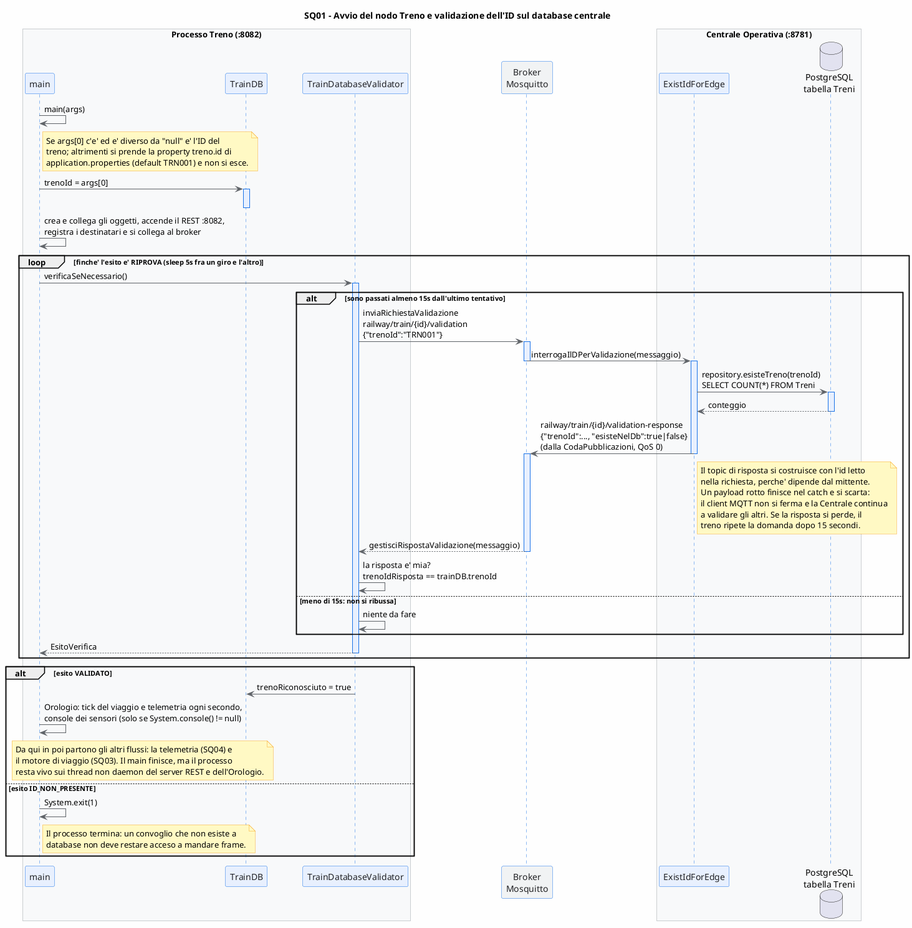
Before: doc/documentazioneFinale/immaginiDocumentazioneDelSistemaMonitoraggioEGestioneDelTrafficoFerroviario/sq_01_validazione_id_treno.png, a diagram exported from PlantUML (mar-robba/PISSIR).
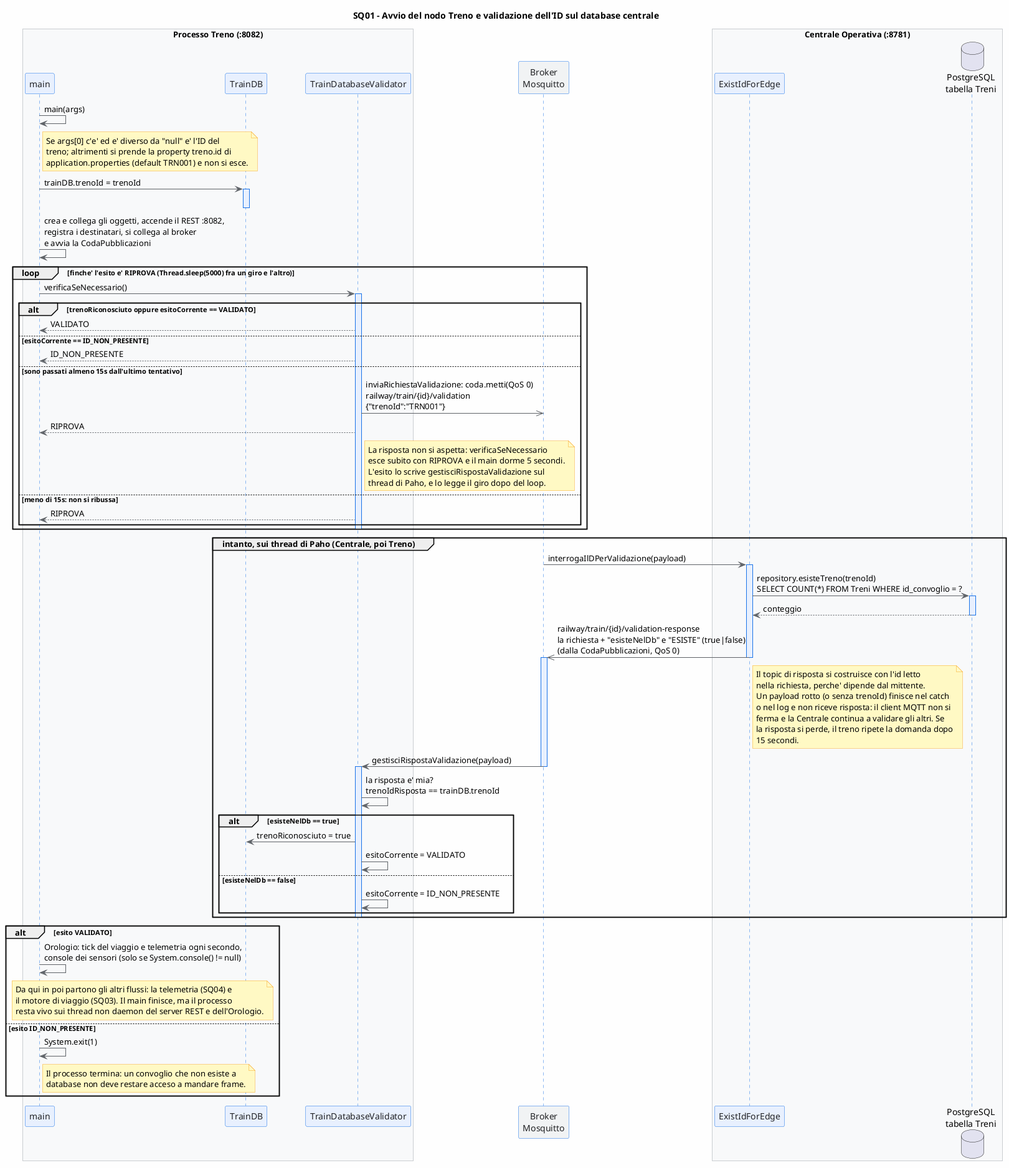
The same diagram one commit later.

Change to the diagram source:
```diff
@@ -38,50 +38,68 @@
   treno; altrimenti si prende la property treno.id di
   application.properties (default TRN001) e non si esce.
 end note
-MAIN -> DB : trenoId = args[0]
+MAIN -> DB : trainDB.trenoId = trenoId
 activate DB
 deactivate DB
 
-MAIN -> MAIN : crea e collega gli oggetti, accende il REST :8082,\nregistra i destinatari e si collega al broker
+MAIN -> MAIN : crea e collega gli oggetti, accende il REST :8082,\nregistra i destinatari, si collega al broker\ne avvia la CodaPubblicazioni
 
-loop finche' l'esito e' RIPROVA (sleep 5s fra un giro e l'altro)
+loop finche' l'esito e' RIPROVA (Thread.sleep(5000) fra un giro e l'altro)
     MAIN -> VAL : verificaSeNecessario()
     activate VAL
 
-    alt sono passati almeno 15s dall'ultimo tentativo
-        VAL -> BROKER : inviaRichiestaValidazione\nrailway/train/{id}/validation\n{"trenoId":"TRN001"}
-        activate BROKER
-        BROKER -> EXIST : interrogaIlDPerValidazione(messaggio)
-        deactivate BROKER
-        activate EXIST
-        EXIST -> PG : repository.esisteTreno(trenoId)\nSELECT COUNT(*) FROM Treni
-        activate PG
-        PG --> EXIST : conteggio
-        deactivate PG
-        EXIST -> BROKER : railway/train/{id}/validation-response\n{"trenoId":..., "esisteNelDb":true|false}\n(dalla CodaPubblicazioni, QoS 0)
-        note right of EXIST
-          Il topic di risposta si costruisce con l'id letto
-          nella richiesta, perche' dipende dal mittente.
-          Un payload rotto finisce nel catch e si scarta:
-          il client MQTT non si ferma e la Centrale continua
-          a validare gli altri. Se la risposta si perde, il
-          treno ripete la domanda dopo 15 secondi.
+    alt trenoRiconosciuto oppure esitoCorrente == VALIDATO
+        VAL --> MAIN : VALIDATO
+    else esitoCorrente == ID_NON_PRESENTE
+        VAL --> MAIN : ID_NON_PRESENTE
+    else sono passati almeno 15s dall'ultimo tentativo
+        VAL ->> BROKER : inviaRichiestaValidazione: coda.metti(QoS 0)\nrailway/train/{id}/validation\n{"trenoId":"TRN001"}
+        VAL --> MAIN : RIPROVA
+        note right of VAL
+          La risposta non si aspetta: verificaSeNecessario
+          esce subito con RIPROVA e il main dorme 5 secondi.
+          L'esito lo scrive gestisciRispostaValidazione sul
+          thread di Paho, e lo legge il giro dopo del loop.
         end note
-        deactivate EXIST
-        activate BROKER
-        BROKER --> VAL : gestisciRispostaValidazione(messaggio)
-        deactivate BROKER
-        VAL -> VAL : la risposta e' mia?\ntrenoIdRisposta == trainDB.trenoId
     else meno di 15s: non si ribussa
-        VAL -> VAL : niente da fare
+        VAL --> MAIN : RIPROVA
     end
+    deactivate VAL
+end
 
-    VAL --> MAIN : EsitoVerifica
+group intanto, sui thread di Paho (Centrale, poi Treno)
+    BROKER -> EXIST : interrogaIlDPerValidazione(payload)
+    activate EXIST
+    EXIST -> PG : repository.esisteTreno(trenoId)\nSELECT COUNT(*) FROM Treni WHERE id_convoglio = ?
+    activate PG
+    PG --> EXIST : conteggio
+    deactivate PG
+    EXIST ->> BROKER : railway/train/{id}/validation-response\nla richiesta + "esisteNelDb" e "ESISTE" (true|false)\n(dalla CodaPubblicazioni, QoS 0)
+    note right of EXIST
+      Il topic di risposta si costruisce con l'id letto
+      nella richiesta, perche' dipende dal mittente.
+      Un payload rotto (o senza trenoId) finisce nel catch
+      o nel log e non riceve risposta: il client MQTT non si
+      ferma e la Centrale continua a validare gli altri. Se
+      la risposta si perde, il treno ripete la domanda dopo
+      15 secondi.
+    end note
+    deactivate EXIST
+    activate BROKER
+    BROKER -> VAL : gestisciRispostaValidazione(payload)
+    deactivate BROKER
+    activate VAL
+    VAL -> VAL : la risposta e' mia?\ntrenoIdRisposta == trainDB.trenoId
+    alt esisteNelDb == true
+        VAL -> DB : trenoRiconosciuto = true
+        VAL -> VAL : esitoCorrente = VALIDATO
+    else esisteNelDb == false
+        VAL -> VAL : esitoCorrente = ID_NON_PRESENTE
+    end
     deactivate VAL
 end
 
 alt esito VALIDATO
-    VAL -> DB : trenoRiconosciuto = true
     MAIN -> MAIN : Orologio: tick del viaggio e telemetria ogni secondo,\nconsole dei sensori (solo se System.console() != null)
     note over MAIN, DB
       Da qui in poi partono gli altri flussi: la telemetria (SQ04) e
```
